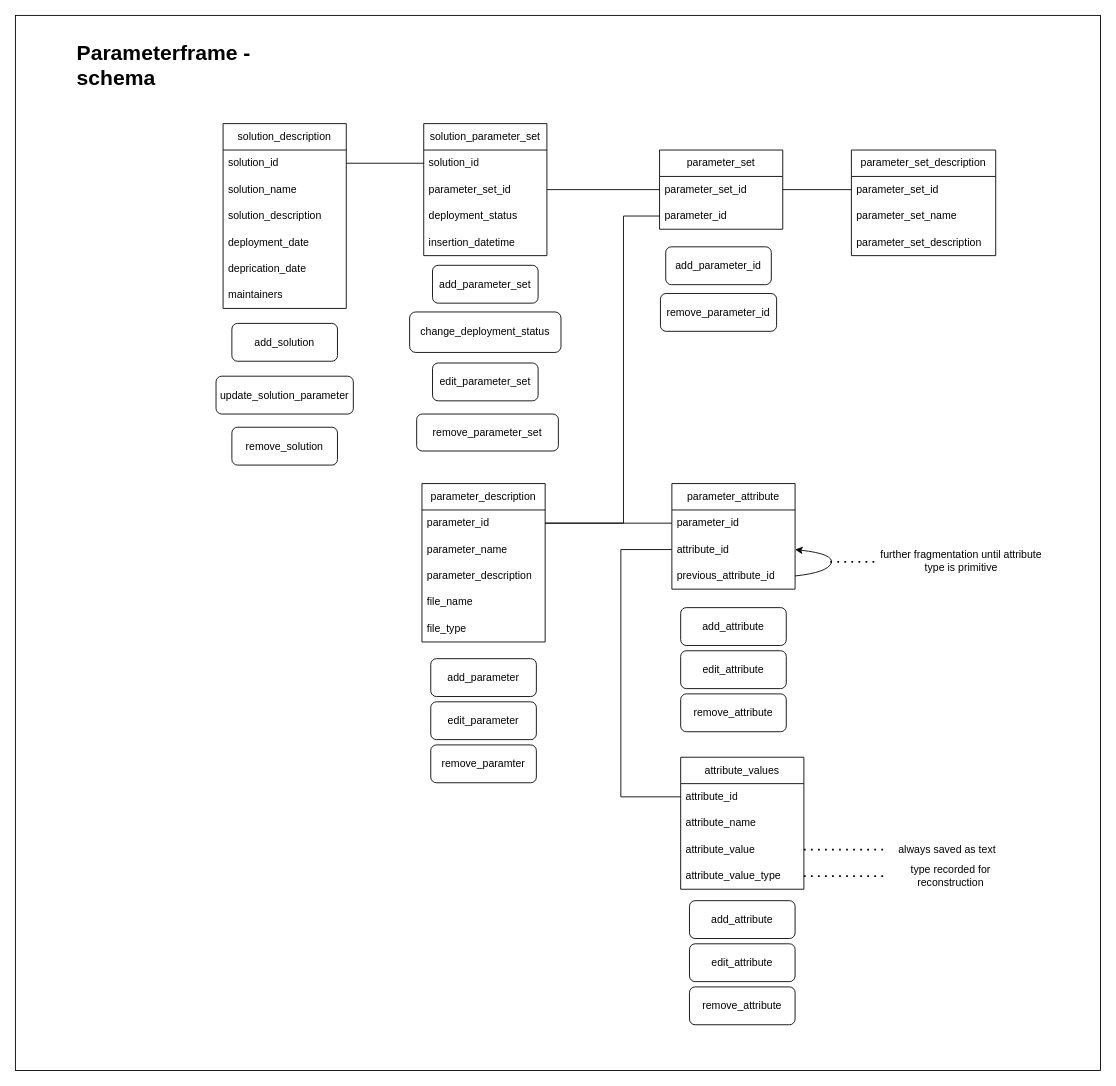
The draw.io diagram page "schema" (1 of 3) of drawio/parameterframe.drawio in Kiril-Mordan/reusables, before the edit. Source tidied: cells renumbered, new cells numbered last; positions are measured from the earlier drawing's top-left corner, leaving out a move shared by most shapes. Both pictures are drawn from the tidied source at 88%, with x=0, y=0 at pixel (15, 15).
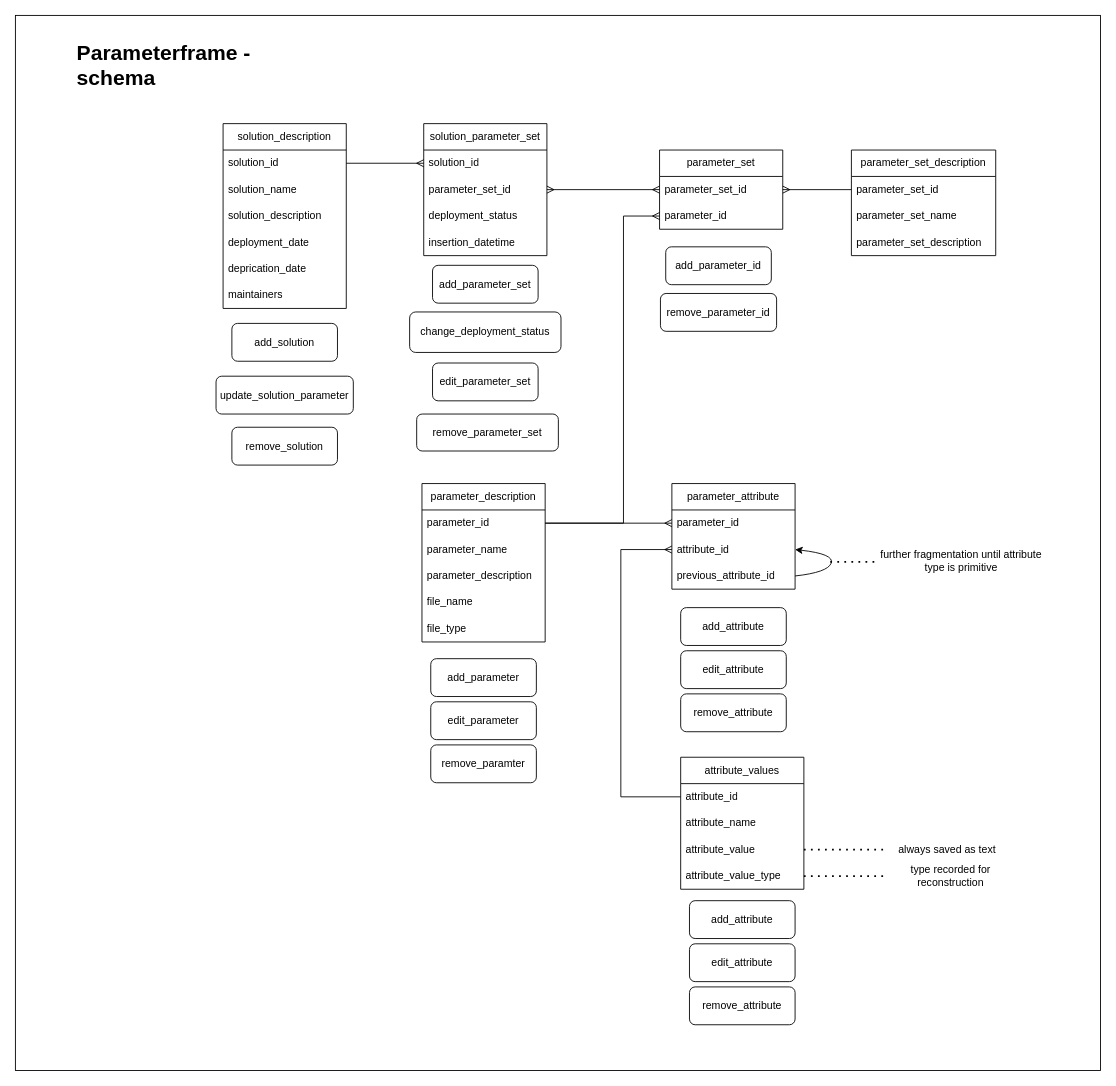
After the change.

Commit message:
[DRAFT] adjusted schema

The change refers to these unchanged cells:
```xml
<mxCell id="5" value="solution_id" style="text;strokeColor=none;fillColor=none;align=left;verticalAlign=middle;spacingLeft=4;spacingRight=4;overflow=hidden;points=[[0,0.5],[1,0.5]];portConstraint=eastwest;whiteSpace=wrap;html=1;" parent="4" vertex="1">
  <mxGeometry y="30" width="140" height="30" as="geometry" />
</mxCell>
<mxCell id="6" value="parameter_set_id" style="text;strokeColor=none;fillColor=none;align=left;verticalAlign=middle;spacingLeft=4;spacingRight=4;overflow=hidden;points=[[0,0.5],[1,0.5]];portConstraint=eastwest;whiteSpace=wrap;html=1;" parent="4" vertex="1">
  <mxGeometry y="60" width="140" height="30" as="geometry" />
</mxCell>
<mxCell id="10" value="parameter_set_id" style="text;strokeColor=none;fillColor=none;align=left;verticalAlign=middle;spacingLeft=4;spacingRight=4;overflow=hidden;points=[[0,0.5],[1,0.5]];portConstraint=eastwest;whiteSpace=wrap;html=1;" parent="9" vertex="1">
  <mxGeometry y="30" width="140" height="30" as="geometry" />
</mxCell>
<mxCell id="11" value="parameter_id" style="text;strokeColor=none;fillColor=none;align=left;verticalAlign=middle;spacingLeft=4;spacingRight=4;overflow=hidden;points=[[0,0.5],[1,0.5]];portConstraint=eastwest;whiteSpace=wrap;html=1;" parent="9" vertex="1">
  <mxGeometry y="60" width="140" height="30" as="geometry" />
</mxCell>
<mxCell id="14" value="solution_id" style="text;strokeColor=none;fillColor=none;align=left;verticalAlign=middle;spacingLeft=4;spacingRight=4;overflow=hidden;points=[[0,0.5],[1,0.5]];portConstraint=eastwest;whiteSpace=wrap;html=1;" parent="13" vertex="1">
  <mxGeometry y="30" width="140" height="30" as="geometry" />
</mxCell>
<mxCell id="22" value="parameter_id" style="text;strokeColor=none;fillColor=none;align=left;verticalAlign=middle;spacingLeft=4;spacingRight=4;overflow=hidden;points=[[0,0.5],[1,0.5]];portConstraint=eastwest;whiteSpace=wrap;html=1;" parent="21" vertex="1">
  <mxGeometry y="30" width="140" height="30" as="geometry" />
</mxCell>
<mxCell id="29" value="parameter_id" style="text;strokeColor=none;fillColor=none;align=left;verticalAlign=middle;spacingLeft=4;spacingRight=4;overflow=hidden;points=[[0,0.5],[1,0.5]];portConstraint=eastwest;whiteSpace=wrap;html=1;" parent="28" vertex="1">
  <mxGeometry y="30" width="140" height="30" as="geometry" />
</mxCell>
<mxCell id="30" value="attribute_id" style="text;strokeColor=none;fillColor=none;align=left;verticalAlign=middle;spacingLeft=4;spacingRight=4;overflow=hidden;points=[[0,0.5],[1,0.5]];portConstraint=eastwest;whiteSpace=wrap;html=1;" parent="28" vertex="1">
  <mxGeometry y="60" width="140" height="30" as="geometry" />
</mxCell>
<mxCell id="52" value="attribute_id" style="text;strokeColor=none;fillColor=none;align=left;verticalAlign=middle;spacingLeft=4;spacingRight=4;overflow=hidden;points=[[0,0.5],[1,0.5]];portConstraint=eastwest;whiteSpace=wrap;html=1;" parent="51" vertex="1">
  <mxGeometry y="30" width="140" height="30" as="geometry" />
</mxCell>
<mxCell id="65" value="parameter_set_id" style="text;strokeColor=none;fillColor=none;align=left;verticalAlign=middle;spacingLeft=4;spacingRight=4;overflow=hidden;points=[[0,0.5],[1,0.5]];portConstraint=eastwest;whiteSpace=wrap;html=1;" parent="64" vertex="1">
  <mxGeometry y="30" width="164" height="30" as="geometry" />
</mxCell>
```

The edit, as a diff of the source:
```diff
@@
-    <mxCell id="12" style="endArrow=none;html=1;rounded=0;exitX=1;exitY=0.5;exitDx=0;exitDy=0;entryX=0;entryY=0.5;entryDx=0;entryDy=0;" parent="1" edge="1" source="6" target="10">
+    <mxCell id="12" style="endArrow=ERmany;html=1;rounded=0;exitX=1;exitY=0.5;exitDx=0;exitDy=0;entryX=0;entryY=0.5;entryDx=0;entryDy=0;startArrow=ERmany;startFill=0;endFill=0;" parent="1" edge="1" source="6" target="10">
       <mxGeometry relative="1" as="geometry" />
     </mxCell>
@@
-    <mxCell id="20" style="endArrow=none;html=1;rounded=0;entryX=0;entryY=0.5;entryDx=0;entryDy=0;exitX=1;exitY=0.5;exitDx=0;exitDy=0;" parent="1" edge="1" source="14" target="5">
+    <mxCell id="20" style="endArrow=ERmany;html=1;rounded=0;entryX=0;entryY=0.5;entryDx=0;entryDy=0;exitX=1;exitY=0.5;exitDx=0;exitDy=0;endFill=0;" parent="1" edge="1" source="14" target="5">
       <mxGeometry relative="1" as="geometry" />
     </mxCell>
@@
-    <mxCell id="27" style="endArrow=none;html=1;rounded=0;exitX=1;exitY=0.5;exitDx=0;exitDy=0;entryX=0;entryY=0.5;entryDx=0;entryDy=0;" parent="1" edge="1" source="22" target="11">
+    <mxCell id="27" style="endArrow=ERmany;html=1;rounded=0;exitX=1;exitY=0.5;exitDx=0;exitDy=0;entryX=0;entryY=0.5;entryDx=0;entryDy=0;endFill=0;" parent="1" edge="1" source="22" target="11">
       <mxGeometry relative="1" as="geometry">
         <Array as="points">
           <mxPoint x="691" y="577" />
           <mxPoint x="691" y="228" />
         </Array>
       </mxGeometry>
     </mxCell>
@@
-    <mxCell id="33" style="endArrow=none;html=1;rounded=0;exitX=1;exitY=0.5;exitDx=0;exitDy=0;entryX=0;entryY=0.5;entryDx=0;entryDy=0;" parent="1" edge="1" source="22" target="29">
-      <mxGeometry relative="1" as="geometry" />
+    <mxCell id="33" style="endArrow=ERmany;html=1;rounded=0;exitX=1;exitY=0.5;exitDx=0;exitDy=0;endFill=0;" parent="1" edge="1" source="22">
+      <mxGeometry relative="1" as="geometry">
+        <mxPoint x="746" y="577" as="targetPoint" />
+      </mxGeometry>
     </mxCell>
@@
-    <mxCell id="63" style="endArrow=none;html=1;rounded=0;entryX=0;entryY=0.5;entryDx=0;entryDy=0;exitX=0;exitY=0.5;exitDx=0;exitDy=0;" parent="1" edge="1" source="52" target="30">
+    <mxCell id="63" style="endArrow=ERmany;html=1;rounded=0;entryX=0;entryY=0.5;entryDx=0;entryDy=0;exitX=0;exitY=0.5;exitDx=0;exitDy=0;endFill=0;" parent="1" edge="1" source="52" target="30">
       <mxGeometry relative="1" as="geometry">
         <Array as="points">
           <mxPoint x="688" y="888" />
           <mxPoint x="688" y="607" />
         </Array>
       </mxGeometry>
     </mxCell>
@@
-    <mxCell id="68" style="endArrow=none;html=1;rounded=0;exitX=1;exitY=0.5;exitDx=0;exitDy=0;entryX=0;entryY=0.5;entryDx=0;entryDy=0;" parent="1" edge="1" source="10" target="65">
+    <mxCell id="68" style="endArrow=none;html=1;rounded=0;exitX=1;exitY=0.5;exitDx=0;exitDy=0;entryX=0;entryY=0.5;entryDx=0;entryDy=0;startArrow=ERmany;startFill=0;" parent="1" edge="1" source="10" target="65">
       <mxGeometry relative="1" as="geometry" />
     </mxCell>
```
